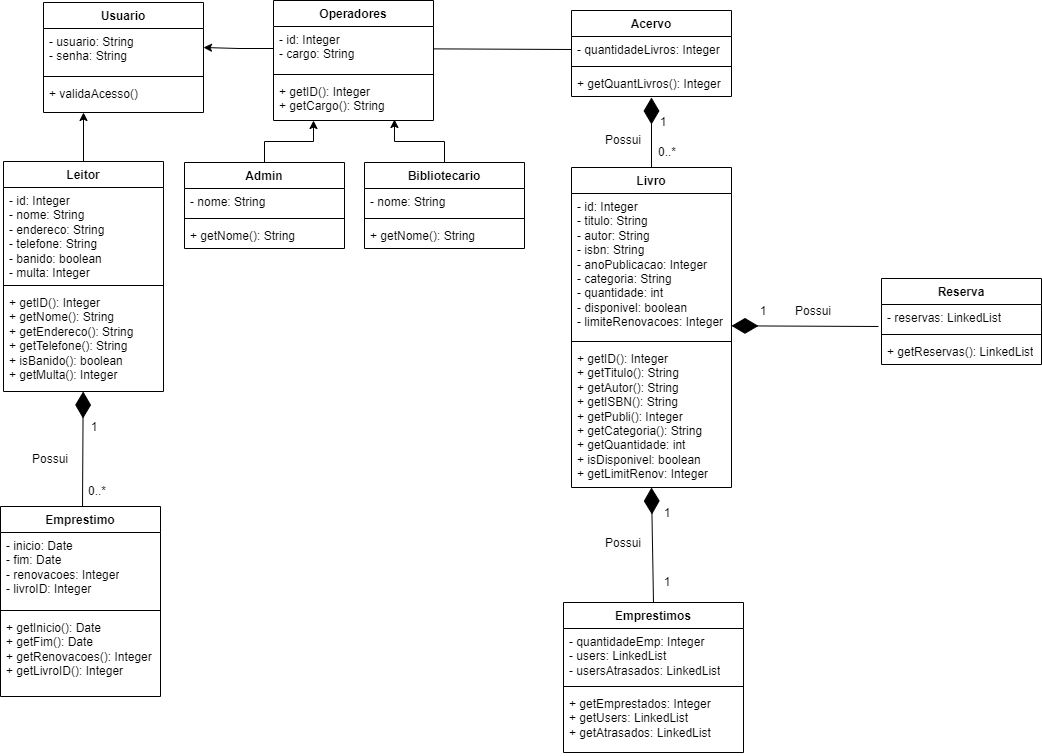
The draw.io diagram docs/DiagramaClasses.png in micaelmz/library-management-system, before a commit. Source tidied: cells renumbered, new cells last; positions are measured from the earlier drawing's top-left corner, leaving out a move shared by most shapes.
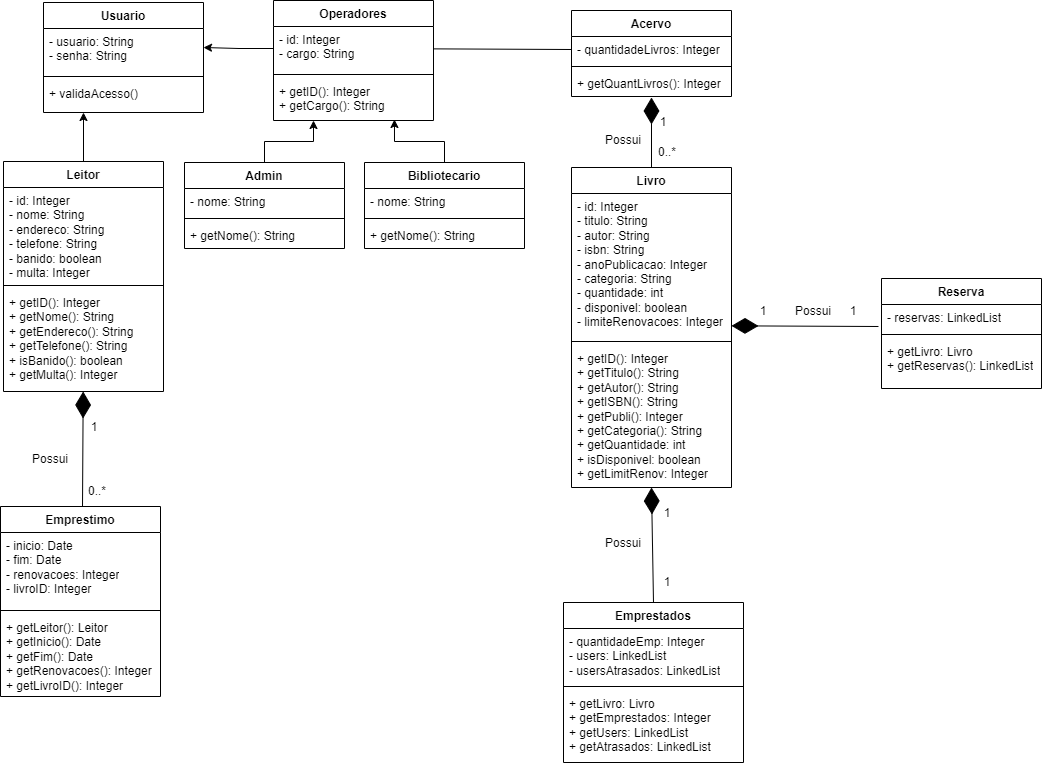
Later version of the same file.

Commit message:
📚docs: Atualização no Diagrama de Classes

The edit, as a diff of the source:
```diff
@@ -98,11 +98,11 @@
     <mxCell id="33" style="line;strokeWidth=1;fillColor=none;align=left;verticalAlign=middle;spacingTop=-1;spacingLeft=3;spacingRight=3;labelPosition=right;labelBackgroundColor=none;" parent="31" vertex="1">
       <mxGeometry y="100" width="160" height="8" as="geometry" />
     </mxCell>
-    <mxCell id="34" value="+ getInicio(): Date&lt;br&gt;+ getFim(): Date&lt;br&gt;+ getRenovacoes(): Integer&lt;br style=&quot;border-color: var(--border-color);&quot;&gt;+ getLivroID(): Integer" style="text;strokeColor=none;fillColor=none;align=left;verticalAlign=top;spacingLeft=4;spacingRight=4;overflow=hidden;whiteSpace=wrap;html=1;labelBackgroundColor=none;" parent="31" vertex="1">
+    <mxCell id="34" value="+ getLeitor(): Leitor&lt;br&gt;+ getInicio(): Date&lt;br&gt;+ getFim(): Date&lt;br&gt;+ getRenovacoes(): Integer&lt;br style=&quot;border-color: var(--border-color);&quot;&gt;+ getLivroID(): Integer" style="text;strokeColor=none;fillColor=none;align=left;verticalAlign=top;spacingLeft=4;spacingRight=4;overflow=hidden;whiteSpace=wrap;html=1;labelBackgroundColor=none;" parent="31" vertex="1">
       <mxGeometry y="108" width="160" height="82" as="geometry" />
     </mxCell>
     <mxCell id="35" value="Reserva" style="swimlane;fontStyle=1;align=center;verticalAlign=top;horizontal=1;startSize=26;whiteSpace=wrap;html=1;labelBackgroundColor=none;" parent="1" vertex="1">
-      <mxGeometry x="881" y="278" width="160" height="86" as="geometry" />
+      <mxGeometry x="881" y="278" width="160" height="110" as="geometry" />
     </mxCell>
     <mxCell id="36" value="- reservas: LinkedList" style="text;strokeColor=none;fillColor=none;align=left;verticalAlign=top;spacingLeft=4;spacingRight=4;overflow=hidden;points=[[0,0.5],[1,0.5]];portConstraint=eastwest;whiteSpace=wrap;html=1;labelBackgroundColor=none;" parent="35" vertex="1">
       <mxGeometry y="26" width="160" height="26" as="geometry" />
@@ -110,8 +110,8 @@
     <mxCell id="37" style="line;strokeWidth=1;fillColor=none;align=left;verticalAlign=middle;spacingTop=-1;spacingLeft=3;spacingRight=3;labelPosition=right;labelBackgroundColor=none;" parent="35" vertex="1">
       <mxGeometry y="52" width="160" height="8" as="geometry" />
     </mxCell>
-    <mxCell id="38" value="+ getReservas(): LinkedList" style="text;strokeColor=none;fillColor=none;align=left;verticalAlign=top;spacingLeft=4;spacingRight=4;overflow=hidden;whiteSpace=wrap;html=1;labelBackgroundColor=none;" parent="35" vertex="1">
-      <mxGeometry y="60" width="160" height="26" as="geometry" />
+    <mxCell id="38" value="+ getLivro: Livro&lt;br&gt;+ getReservas(): LinkedList" style="text;strokeColor=none;fillColor=none;align=left;verticalAlign=top;spacingLeft=4;spacingRight=4;overflow=hidden;whiteSpace=wrap;html=1;labelBackgroundColor=none;" parent="35" vertex="1">
+      <mxGeometry y="60" width="160" height="50" as="geometry" />
     </mxCell>
     <mxCell id="39" style="endArrow=diamondThin;endFill=1;endSize=24;html=1;rounded=0;exitX=-0.019;exitY=0.846;exitDx=0;exitDy=0;exitPerimeter=0;labelBackgroundColor=none;fontColor=default;entryX=1;entryY=0.919;entryDx=0;entryDy=0;entryPerimeter=0;" parent="1" edge="1" source="36" target="22">
       <mxGeometry relative="1" as="geometry" />
@@ -151,8 +151,8 @@
     <mxCell id="50" value="1" style="text;html=1;strokeColor=none;fillColor=none;align=center;verticalAlign=middle;whiteSpace=wrap;rounded=0;" parent="1" vertex="1">
       <mxGeometry x="633" y="107" width="60" height="30" as="geometry" />
     </mxCell>
-    <mxCell id="51" value="Emprestimos" style="swimlane;fontStyle=1;align=center;verticalAlign=top;horizontal=1;startSize=26;whiteSpace=wrap;html=1;labelBackgroundColor=none;" parent="1" vertex="1">
-      <mxGeometry x="563" y="602" width="180" height="150" as="geometry" />
+    <mxCell id="51" value="Emprestados" style="swimlane;fontStyle=1;align=center;verticalAlign=top;horizontal=1;startSize=26;whiteSpace=wrap;html=1;labelBackgroundColor=none;" parent="1" vertex="1">
+      <mxGeometry x="563" y="602" width="180" height="160" as="geometry" />
     </mxCell>
     <mxCell id="52" value="- quantidadeEmp: Integer&lt;br&gt;- users: LinkedList&lt;br&gt;- usersAtrasados: LinkedList" style="text;strokeColor=none;fillColor=none;align=left;verticalAlign=top;spacingLeft=4;spacingRight=4;overflow=hidden;whiteSpace=wrap;html=1;labelBackgroundColor=none;" parent="51" vertex="1">
       <mxGeometry y="26" width="180" height="54" as="geometry" />
@@ -160,8 +160,8 @@
     <mxCell id="53" style="line;strokeWidth=1;fillColor=none;align=left;verticalAlign=middle;spacingTop=-1;spacingLeft=3;spacingRight=3;labelPosition=right;labelBackgroundColor=none;" parent="51" vertex="1">
       <mxGeometry y="80" width="180" height="8" as="geometry" />
     </mxCell>
-    <mxCell id="54" value="+ getEmprestados: Integer&lt;br style=&quot;border-color: var(--border-color);&quot;&gt;+ getUsers: LinkedList&lt;br style=&quot;border-color: var(--border-color);&quot;&gt;+ getAtrasados: LinkedList" style="text;strokeColor=none;fillColor=none;align=left;verticalAlign=top;spacingLeft=4;spacingRight=4;overflow=hidden;whiteSpace=wrap;html=1;labelBackgroundColor=none;" parent="51" vertex="1">
-      <mxGeometry y="88" width="180" height="62" as="geometry" />
+    <mxCell id="54" value="+ getLivro: Livro&lt;br&gt;+ getEmprestados: Integer&lt;br style=&quot;border-color: var(--border-color);&quot;&gt;+ getUsers: LinkedList&lt;br style=&quot;border-color: var(--border-color);&quot;&gt;+ getAtrasados: LinkedList" style="text;strokeColor=none;fillColor=none;align=left;verticalAlign=top;spacingLeft=4;spacingRight=4;overflow=hidden;whiteSpace=wrap;html=1;labelBackgroundColor=none;" parent="51" vertex="1">
+      <mxGeometry y="88" width="180" height="72" as="geometry" />
     </mxCell>
     <mxCell id="55" style="endArrow=diamondThin;endFill=1;endSize=24;html=1;rounded=0;exitX=0.5;exitY=0;exitDx=0;exitDy=0;labelBackgroundColor=none;fontColor=default;entryX=0.5;entryY=1;entryDx=0;entryDy=0;" parent="1" edge="1" source="51" target="21">
       <mxGeometry relative="1" as="geometry" />
@@ -184,5 +184,8 @@
     <mxCell id="61" style="endArrow=none;html=1;rounded=0;entryX=0;entryY=0.5;entryDx=0;entryDy=0;" parent="1" edge="1" source="41" target="27">
       <mxGeometry relative="1" as="geometry" />
     </mxCell>
+    <mxCell id="62" value="1" style="text;html=1;strokeColor=none;fillColor=none;align=center;verticalAlign=middle;whiteSpace=wrap;rounded=0;" parent="1" vertex="1">
+      <mxGeometry x="823" y="296" width="60" height="30" as="geometry" />
+    </mxCell>
   </root>
 </mxGraphModel>
```
